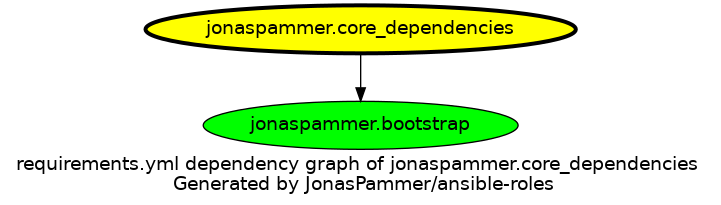
The Graphviz diagram graphs/dependencies_core_dependencies.png in JonasPammer/ansible-roles, before a commit. Its source is kept beside it as graphs/dependencies_core_dependencies.dot.
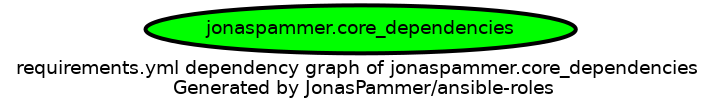
After the change.

Diff of the diagram source:
```diff
@@ -3,10 +3,8 @@
   overlap=false
 
   {
-    "jonaspammer.core_dependencies" [fillcolor=yellow style=filled penwidth=3]
-    "jonaspammer.bootstrap" [fillcolor=green style=filled ]
+    "jonaspammer.core_dependencies" [fillcolor=green style=filled penwidth=3]
   }
 
 
-  "jonaspammer.core_dependencies" -> {"jonaspammer.bootstrap"}
 }
```
